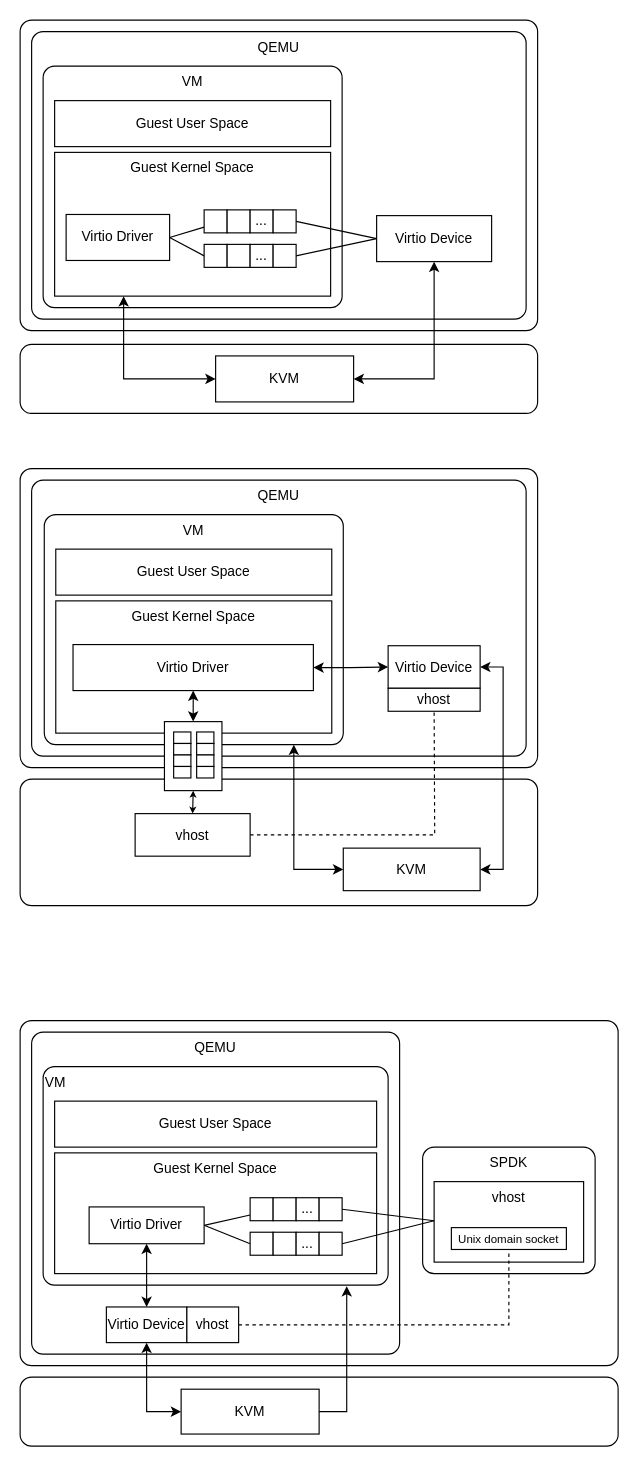
Before: page "vhost" (4 of 4) of virtio.drawio in Aspiresky/draw.io, a draw.io diagram. Source tidied: cells renumbered, new cells numbered last; positions are measured from the earlier drawing's top-left corner, leaving out a move shared by most shapes. Both pictures are drawn from the tidied source at 115%, with x=0, y=0 at pixel (20, 20).
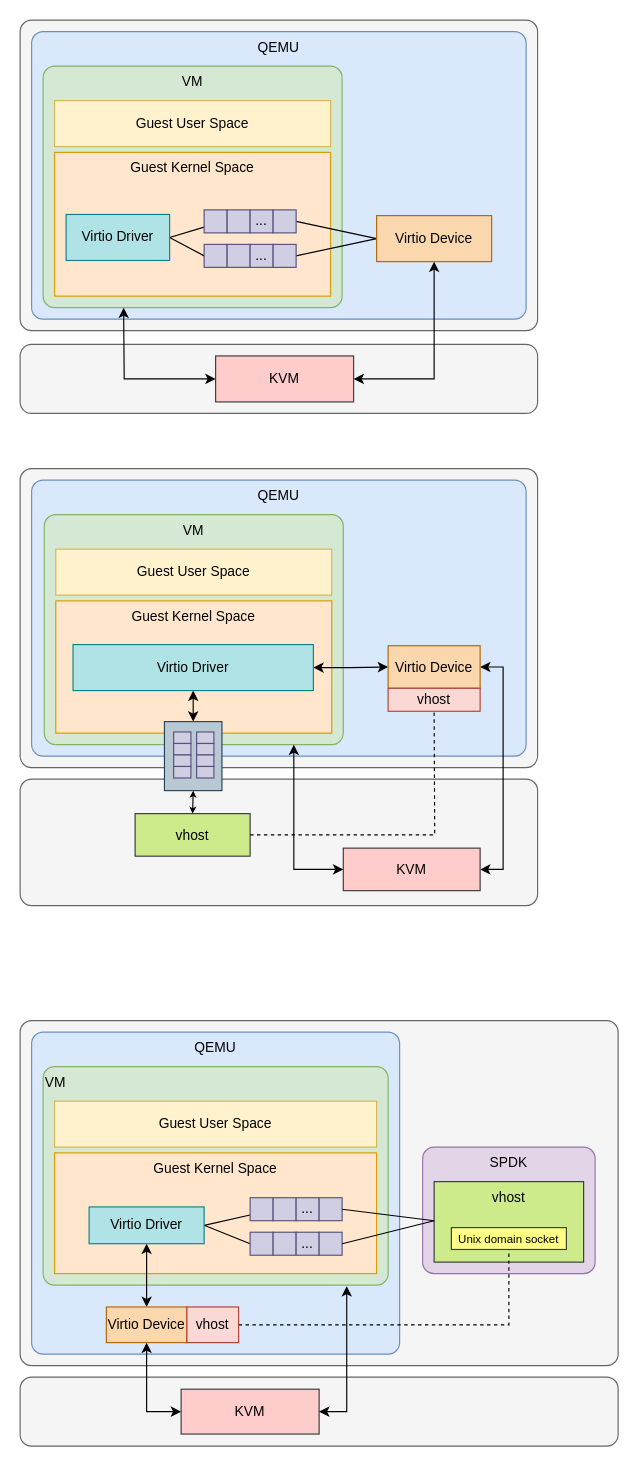
The same diagram, later.

Change to the diagram source:
```diff
@@
-    <mxCell id="2" style="rounded=1;whiteSpace=wrap;html=1;absoluteArcSize=1;" parent="1" vertex="1">
+    <mxCell id="2" style="rounded=1;whiteSpace=wrap;html=1;absoluteArcSize=1;fillColor=#f5f5f5;fontColor=#333333;strokeColor=#666666;" parent="1" vertex="1">
       <mxGeometry y="1180" width="520" height="60" as="geometry" />
     </mxCell>
-    <mxCell id="3" value="KVM" style="rounded=0;whiteSpace=wrap;html=1;" parent="1" vertex="1">
+    <mxCell id="3" value="KVM" style="rounded=0;whiteSpace=wrap;html=1;fillColor=#ffcccc;strokeColor=#36393d;" parent="1" vertex="1">
       <mxGeometry x="140" y="1190.5" width="120" height="39" as="geometry" />
     </mxCell>
-    <mxCell id="4" style="rounded=1;whiteSpace=wrap;html=1;absoluteArcSize=1;" parent="1" vertex="1">
+    <mxCell id="4" style="rounded=1;whiteSpace=wrap;html=1;absoluteArcSize=1;fillColor=#f5f5f5;fontColor=#333333;strokeColor=#666666;" parent="1" vertex="1">
       <mxGeometry width="450" height="270" as="geometry" />
     </mxCell>
-    <mxCell id="5" value="QEMU" style="rounded=1;whiteSpace=wrap;html=1;absoluteArcSize=1;align=center;verticalAlign=top;horizontal=1;textDirection=rtl;" parent="1" vertex="1">
+    <mxCell id="5" value="QEMU" style="rounded=1;whiteSpace=wrap;html=1;absoluteArcSize=1;align=center;verticalAlign=top;horizontal=1;textDirection=rtl;fillColor=#dae8fc;strokeColor=#6c8ebf;" parent="1" vertex="1">
       <mxGeometry x="10" y="10" width="430" height="250" as="geometry" />
     </mxCell>
-    <mxCell id="6" value="VM" style="rounded=1;whiteSpace=wrap;html=1;absoluteArcSize=1;align=center;verticalAlign=top;" parent="1" vertex="1">
+    <mxCell id="6" value="VM" style="rounded=1;whiteSpace=wrap;html=1;absoluteArcSize=1;align=center;verticalAlign=top;fillColor=#d5e8d4;strokeColor=#82b366;" parent="1" vertex="1">
       <mxGeometry x="20" y="40" width="260" height="210" as="geometry" />
     </mxCell>
-    <mxCell id="7" value="Guest User Space" style="rounded=0;whiteSpace=wrap;html=1;" parent="1" vertex="1">
+    <mxCell id="7" value="Guest User Space" style="rounded=0;whiteSpace=wrap;html=1;fillColor=#fff2cc;strokeColor=#d6b656;" parent="1" vertex="1">
       <mxGeometry x="30" y="70" width="240" height="40" as="geometry" />
     </mxCell>
-    <mxCell id="8" value="Guest Kernel Space" style="rounded=0;whiteSpace=wrap;html=1;verticalAlign=top;" parent="1" vertex="1">
+    <mxCell id="8" value="Guest Kernel Space" style="rounded=0;whiteSpace=wrap;html=1;verticalAlign=top;fillColor=#ffe6cc;strokeColor=#d79b00;" parent="1" vertex="1">
       <mxGeometry x="30" y="115" width="240" height="125" as="geometry" />
     </mxCell>
@@
-    <mxCell id="11" value="Virtio Driver" style="rounded=0;whiteSpace=wrap;html=1;align=center;" parent="1" vertex="1">
+    <mxCell id="11" value="Virtio Driver" style="rounded=0;whiteSpace=wrap;html=1;align=center;fillColor=#b0e3e6;strokeColor=#0e8088;" parent="1" vertex="1">
       <mxGeometry x="40" y="169" width="90" height="40" as="geometry" />
     </mxCell>
-    <mxCell id="12" style="rounded=0;whiteSpace=wrap;html=1;" parent="1" vertex="1">
+    <mxCell id="12" style="rounded=0;whiteSpace=wrap;html=1;fillColor=#d0cee2;strokeColor=#56517e;" parent="1" vertex="1">
       <mxGeometry x="160" y="165" width="20" height="20" as="geometry" />
     </mxCell>
-    <mxCell id="13" style="rounded=0;whiteSpace=wrap;html=1;" parent="1" vertex="1">
+    <mxCell id="13" style="rounded=0;whiteSpace=wrap;html=1;fillColor=#d0cee2;strokeColor=#56517e;" parent="1" vertex="1">
       <mxGeometry x="180" y="165" width="20" height="20" as="geometry" />
     </mxCell>
-    <mxCell id="14" value="..." style="rounded=0;whiteSpace=wrap;html=1;" parent="1" vertex="1">
+    <mxCell id="14" value="..." style="rounded=0;whiteSpace=wrap;html=1;fillColor=#d0cee2;strokeColor=#56517e;" parent="1" vertex="1">
       <mxGeometry x="200" y="165" width="20" height="20" as="geometry" />
     </mxCell>
@@
-    <mxCell id="16" style="rounded=0;whiteSpace=wrap;html=1;" parent="1" vertex="1">
+    <mxCell id="16" style="rounded=0;whiteSpace=wrap;html=1;fillColor=#d0cee2;strokeColor=#56517e;" parent="1" vertex="1">
       <mxGeometry x="220" y="165" width="20" height="20" as="geometry" />
     </mxCell>
-    <mxCell id="17" style="rounded=0;whiteSpace=wrap;html=1;" parent="1" vertex="1">
+    <mxCell id="17" style="rounded=0;whiteSpace=wrap;html=1;fillColor=#d0cee2;strokeColor=#56517e;" parent="1" vertex="1">
       <mxGeometry x="160" y="195" width="20" height="20" as="geometry" />
     </mxCell>
-    <mxCell id="18" style="rounded=0;whiteSpace=wrap;html=1;" parent="1" vertex="1">
+    <mxCell id="18" style="rounded=0;whiteSpace=wrap;html=1;fillColor=#d0cee2;strokeColor=#56517e;" parent="1" vertex="1">
       <mxGeometry x="180" y="195" width="20" height="20" as="geometry" />
     </mxCell>
-    <mxCell id="19" value="..." style="rounded=0;whiteSpace=wrap;html=1;" parent="1" vertex="1">
+    <mxCell id="19" value="..." style="rounded=0;whiteSpace=wrap;html=1;fillColor=#d0cee2;strokeColor=#56517e;" parent="1" vertex="1">
       <mxGeometry x="200" y="195" width="20" height="20" as="geometry" />
     </mxCell>
@@
-    <mxCell id="21" style="rounded=0;whiteSpace=wrap;html=1;" parent="1" vertex="1">
+    <mxCell id="21" style="rounded=0;whiteSpace=wrap;html=1;fillColor=#d0cee2;strokeColor=#56517e;" parent="1" vertex="1">
       <mxGeometry x="220" y="195" width="20" height="20" as="geometry" />
     </mxCell>
-    <mxCell id="22" value="Virtio Device" style="rounded=0;whiteSpace=wrap;html=1;" parent="1" vertex="1">
+    <mxCell id="22" value="Virtio Device" style="rounded=0;whiteSpace=wrap;html=1;fillColor=#fad7ac;strokeColor=#b46504;" parent="1" vertex="1">
       <mxGeometry x="310" y="170" width="100" height="40" as="geometry" />
     </mxCell>
-    <mxCell id="23" style="rounded=1;whiteSpace=wrap;html=1;absoluteArcSize=1;" parent="1" vertex="1">
+    <mxCell id="23" style="rounded=1;whiteSpace=wrap;html=1;absoluteArcSize=1;fillColor=#f5f5f5;fontColor=#333333;strokeColor=#666666;" parent="1" vertex="1">
       <mxGeometry y="282" width="450" height="60" as="geometry" />
     </mxCell>
-    <mxCell id="24" style="edgeStyle=orthogonalEdgeStyle;rounded=0;jettySize=auto;html=1;exitX=0;exitY=0.5;exitDx=0;exitDy=0;entryX=0.25;entryY=1;entryDx=0;entryDy=0;startArrow=classic;startFill=1;" parent="1" edge="1" source="25" target="8">
-      <mxGeometry relative="1" as="geometry" />
+    <mxCell id="24" style="edgeStyle=orthogonalEdgeStyle;rounded=0;jettySize=auto;html=1;exitX=0;exitY=0.5;exitDx=0;exitDy=0;startArrow=classic;startFill=1;" parent="1" edge="1" source="25">
+      <mxGeometry relative="1" as="geometry">
+        <mxPoint x="90" y="250" as="targetPoint" />
+      </mxGeometry>
     </mxCell>
-    <mxCell id="25" value="KVM" style="rounded=0;whiteSpace=wrap;html=1;" parent="1" vertex="1">
+    <mxCell id="25" value="KVM" style="rounded=0;whiteSpace=wrap;html=1;fillColor=#ffcccc;strokeColor=#36393d;" parent="1" vertex="1">
       <mxGeometry x="170" y="292" width="120" height="40" as="geometry" />
     </mxCell>
@@
-    <mxCell id="27" style="rounded=1;whiteSpace=wrap;html=1;absoluteArcSize=1;" parent="1" vertex="1">
+    <mxCell id="27" style="rounded=1;whiteSpace=wrap;html=1;absoluteArcSize=1;fillColor=#f5f5f5;fontColor=#333333;strokeColor=#666666;" parent="1" vertex="1">
       <mxGeometry y="870" width="520" height="300" as="geometry" />
     </mxCell>
-    <mxCell id="28" value="QEMU" style="rounded=1;whiteSpace=wrap;html=1;absoluteArcSize=1;align=center;verticalAlign=top;horizontal=1;textDirection=rtl;" parent="1" vertex="1">
+    <mxCell id="28" value="QEMU" style="rounded=1;whiteSpace=wrap;html=1;absoluteArcSize=1;align=center;verticalAlign=top;horizontal=1;textDirection=rtl;fillColor=#dae8fc;strokeColor=#6c8ebf;" parent="1" vertex="1">
       <mxGeometry x="10" y="880" width="320" height="280" as="geometry" />
     </mxCell>
-    <mxCell id="29" value="VM" style="rounded=1;whiteSpace=wrap;html=1;absoluteArcSize=1;align=left;verticalAlign=top;" parent="1" vertex="1">
+    <mxCell id="29" value="VM" style="rounded=1;whiteSpace=wrap;html=1;absoluteArcSize=1;align=left;verticalAlign=top;fillColor=#d5e8d4;strokeColor=#82b366;" parent="1" vertex="1">
       <mxGeometry x="20" y="910" width="300" height="190" as="geometry" />
     </mxCell>
-    <mxCell id="30" value="Guest User Space" style="rounded=0;whiteSpace=wrap;html=1;" parent="1" vertex="1">
+    <mxCell id="30" value="Guest User Space" style="rounded=0;whiteSpace=wrap;html=1;fillColor=#fff2cc;strokeColor=#d6b656;" parent="1" vertex="1">
       <mxGeometry x="30" y="940" width="280" height="40" as="geometry" />
     </mxCell>
-    <mxCell id="31" value="Guest Kernel Space" style="rounded=0;whiteSpace=wrap;html=1;verticalAlign=top;" parent="1" vertex="1">
+    <mxCell id="31" value="Guest Kernel Space" style="rounded=0;whiteSpace=wrap;html=1;verticalAlign=top;fillColor=#ffe6cc;strokeColor=#d79b00;" parent="1" vertex="1">
       <mxGeometry x="30" y="985" width="280" height="105" as="geometry" />
     </mxCell>
@@
-    <mxCell id="35" value="Virtio Driver" style="rounded=0;whiteSpace=wrap;html=1;align=center;" parent="1" vertex="1">
+    <mxCell id="35" value="Virtio Driver" style="rounded=0;whiteSpace=wrap;html=1;align=center;fillColor=#b0e3e6;strokeColor=#0e8088;" parent="1" vertex="1">
       <mxGeometry x="60" y="1032" width="100" height="32" as="geometry" />
     </mxCell>
-    <mxCell id="36" style="rounded=0;whiteSpace=wrap;html=1;" parent="1" vertex="1">
+    <mxCell id="36" style="rounded=0;whiteSpace=wrap;html=1;fillColor=#d0cee2;strokeColor=#56517e;" parent="1" vertex="1">
       <mxGeometry x="200" y="1024" width="20" height="20" as="geometry" />
     </mxCell>
-    <mxCell id="37" style="rounded=0;whiteSpace=wrap;html=1;" parent="1" vertex="1">
+    <mxCell id="37" style="rounded=0;whiteSpace=wrap;html=1;fillColor=#d0cee2;strokeColor=#56517e;" parent="1" vertex="1">
       <mxGeometry x="220" y="1024" width="20" height="20" as="geometry" />
     </mxCell>
-    <mxCell id="38" value="..." style="rounded=0;whiteSpace=wrap;html=1;" parent="1" vertex="1">
+    <mxCell id="38" value="..." style="rounded=0;whiteSpace=wrap;html=1;fillColor=#d0cee2;strokeColor=#56517e;" parent="1" vertex="1">
       <mxGeometry x="240" y="1024" width="20" height="20" as="geometry" />
     </mxCell>
-    <mxCell id="39" style="rounded=0;whiteSpace=wrap;html=1;" parent="1" vertex="1">
+    <mxCell id="39" style="rounded=0;whiteSpace=wrap;html=1;fillColor=#d0cee2;strokeColor=#56517e;" parent="1" vertex="1">
       <mxGeometry x="260" y="1024" width="20" height="20" as="geometry" />
     </mxCell>
-    <mxCell id="40" style="rounded=0;whiteSpace=wrap;html=1;" parent="1" vertex="1">
+    <mxCell id="40" style="rounded=0;whiteSpace=wrap;html=1;fillColor=#d0cee2;strokeColor=#56517e;" parent="1" vertex="1">
       <mxGeometry x="200" y="1054" width="20" height="20" as="geometry" />
     </mxCell>
-    <mxCell id="41" style="rounded=0;whiteSpace=wrap;html=1;" parent="1" vertex="1">
+    <mxCell id="41" style="rounded=0;whiteSpace=wrap;html=1;fillColor=#d0cee2;strokeColor=#56517e;" parent="1" vertex="1">
       <mxGeometry x="220" y="1054" width="20" height="20" as="geometry" />
     </mxCell>
-    <mxCell id="42" value="..." style="rounded=0;whiteSpace=wrap;html=1;" parent="1" vertex="1">
+    <mxCell id="42" value="..." style="rounded=0;whiteSpace=wrap;html=1;fillColor=#d0cee2;strokeColor=#56517e;" parent="1" vertex="1">
       <mxGeometry x="240" y="1054" width="20" height="20" as="geometry" />
     </mxCell>
-    <mxCell id="43" style="rounded=0;whiteSpace=wrap;html=1;" parent="1" vertex="1">
+    <mxCell id="43" style="rounded=0;whiteSpace=wrap;html=1;fillColor=#d0cee2;strokeColor=#56517e;" parent="1" vertex="1">
       <mxGeometry x="260" y="1054" width="20" height="20" as="geometry" />
     </mxCell>
@@
-    <mxCell id="45" value="Virtio Device" style="rounded=0;whiteSpace=wrap;html=1;" parent="1" vertex="1">
+    <mxCell id="45" value="Virtio Device" style="rounded=0;whiteSpace=wrap;html=1;fillColor=#fad7ac;strokeColor=#b46504;" parent="1" vertex="1">
       <mxGeometry x="75" y="1119" width="70" height="31" as="geometry" />
     </mxCell>
-    <mxCell id="46" value="SPDK" style="rounded=1;whiteSpace=wrap;html=1;absoluteArcSize=1;align=center;verticalAlign=top;horizontal=1;textDirection=rtl;" parent="1" vertex="1">
+    <mxCell id="46" value="SPDK" style="rounded=1;whiteSpace=wrap;html=1;absoluteArcSize=1;align=center;verticalAlign=top;horizontal=1;textDirection=rtl;fillColor=#e1d5e7;strokeColor=#9673a6;" parent="1" vertex="1">
       <mxGeometry x="350" y="980" width="150" height="110" as="geometry" />
     </mxCell>
-    <mxCell id="47" value="vhost" style="rounded=0;whiteSpace=wrap;html=1;verticalAlign=top;" parent="1" vertex="1">
+    <mxCell id="47" value="vhost" style="rounded=0;whiteSpace=wrap;html=1;verticalAlign=top;fillColor=#cdeb8b;strokeColor=#36393d;" parent="1" vertex="1">
       <mxGeometry x="360" y="1010" width="130" height="70" as="geometry" />
     </mxCell>
-    <mxCell id="48" value="Unix domain socket" style="rounded=0;whiteSpace=wrap;html=1;fontSize=10;" parent="1" vertex="1">
+    <mxCell id="48" value="Unix domain socket" style="rounded=0;whiteSpace=wrap;html=1;fontSize=10;fillColor=#ffff88;strokeColor=#36393d;" parent="1" vertex="1">
       <mxGeometry x="375" y="1050" width="100" height="19" as="geometry" />
     </mxCell>
@@
-    <mxCell id="51" style="rounded=1;whiteSpace=wrap;html=1;absoluteArcSize=1;" parent="1" vertex="1">
+    <mxCell id="51" style="rounded=1;whiteSpace=wrap;html=1;absoluteArcSize=1;fillColor=#f5f5f5;fontColor=#333333;strokeColor=#666666;" parent="1" vertex="1">
       <mxGeometry y="390" width="450" height="260" as="geometry" />
     </mxCell>
-    <mxCell id="52" style="rounded=1;whiteSpace=wrap;html=1;absoluteArcSize=1;" parent="1" vertex="1">
+    <mxCell id="52" style="rounded=1;whiteSpace=wrap;html=1;absoluteArcSize=1;fillColor=#f5f5f5;fontColor=#333333;strokeColor=#666666;" parent="1" vertex="1">
       <mxGeometry y="660" width="450" height="110" as="geometry" />
     </mxCell>
-    <mxCell id="53" value="vhost" style="rounded=0;whiteSpace=wrap;html=1;" parent="1" vertex="1">
+    <mxCell id="53" value="vhost" style="rounded=0;whiteSpace=wrap;html=1;fillColor=#cdeb8b;strokeColor=#36393d;" parent="1" vertex="1">
       <mxGeometry x="100" y="690" width="100" height="37" as="geometry" />
     </mxCell>
-    <mxCell id="54" value="QEMU" style="rounded=1;whiteSpace=wrap;html=1;absoluteArcSize=1;align=center;verticalAlign=top;horizontal=1;textDirection=rtl;" parent="1" vertex="1">
+    <mxCell id="54" value="QEMU" style="rounded=1;whiteSpace=wrap;html=1;absoluteArcSize=1;align=center;verticalAlign=top;horizontal=1;textDirection=rtl;fillColor=#dae8fc;strokeColor=#6c8ebf;" parent="1" vertex="1">
       <mxGeometry x="10" y="400" width="430" height="240" as="geometry" />
     </mxCell>
-    <mxCell id="55" value="VM" style="rounded=1;whiteSpace=wrap;html=1;absoluteArcSize=1;align=center;verticalAlign=top;" parent="1" vertex="1">
+    <mxCell id="55" value="VM" style="rounded=1;whiteSpace=wrap;html=1;absoluteArcSize=1;align=center;verticalAlign=top;fillColor=#d5e8d4;strokeColor=#82b366;" parent="1" vertex="1">
       <mxGeometry x="21" y="430" width="260" height="200" as="geometry" />
     </mxCell>
-    <mxCell id="56" value="Guest User Space" style="rounded=0;whiteSpace=wrap;html=1;" parent="1" vertex="1">
+    <mxCell id="56" value="Guest User Space" style="rounded=0;whiteSpace=wrap;html=1;fillColor=#fff2cc;strokeColor=#d6b656;" parent="1" vertex="1">
       <mxGeometry x="31" y="460" width="240" height="40" as="geometry" />
     </mxCell>
-    <mxCell id="57" value="Guest Kernel Space" style="rounded=0;whiteSpace=wrap;html=1;verticalAlign=top;" parent="1" vertex="1">
+    <mxCell id="57" value="Guest Kernel Space" style="rounded=0;whiteSpace=wrap;html=1;verticalAlign=top;fillColor=#ffe6cc;strokeColor=#d79b00;" parent="1" vertex="1">
       <mxGeometry x="31" y="505" width="240" height="115" as="geometry" />
     </mxCell>
@@
-    <mxCell id="60" value="Virtio Driver" style="rounded=0;whiteSpace=wrap;html=1;align=center;" parent="1" vertex="1">
+    <mxCell id="60" value="Virtio Driver" style="rounded=0;whiteSpace=wrap;html=1;align=center;fillColor=#b0e3e6;strokeColor=#0e8088;" parent="1" vertex="1">
       <mxGeometry x="46" y="543" width="209" height="40" as="geometry" />
     </mxCell>
@@
-    <mxCell id="62" value="Virtio Device" style="rounded=0;whiteSpace=wrap;html=1;" parent="1" vertex="1">
+    <mxCell id="62" value="Virtio Device" style="rounded=0;whiteSpace=wrap;html=1;fillColor=#fad7ac;strokeColor=#b46504;" parent="1" vertex="1">
       <mxGeometry x="320" y="544" width="80" height="37" as="geometry" />
     </mxCell>
@@
-    <mxCell id="64" style="rounded=0;whiteSpace=wrap;html=1;absoluteArcSize=1;align=left;verticalAlign=top;" parent="1" vertex="1">
+    <mxCell id="64" style="rounded=0;whiteSpace=wrap;html=1;absoluteArcSize=1;align=left;verticalAlign=top;fillColor=#bac8d3;strokeColor=#23445d;" parent="1" vertex="1">
       <mxGeometry x="125.5" y="610" width="50" height="60" as="geometry" />
     </mxCell>
-    <mxCell id="65" style="rounded=0;whiteSpace=wrap;html=1;" parent="1" vertex="1">
+    <mxCell id="65" style="rounded=0;whiteSpace=wrap;html=1;fillColor=#d0cee2;strokeColor=#56517e;" parent="1" vertex="1">
       <mxGeometry x="133.5" y="619" width="15" height="10" as="geometry" />
     </mxCell>
-    <mxCell id="66" style="rounded=0;whiteSpace=wrap;html=1;" parent="1" vertex="1">
+    <mxCell id="66" style="rounded=0;whiteSpace=wrap;html=1;fillColor=#d0cee2;strokeColor=#56517e;" parent="1" vertex="1">
       <mxGeometry x="133.5" y="629" width="15" height="10" as="geometry" />
     </mxCell>
-    <mxCell id="67" style="rounded=0;whiteSpace=wrap;html=1;horizontal=1;verticalAlign=middle;" parent="1" vertex="1">
+    <mxCell id="67" style="rounded=0;whiteSpace=wrap;html=1;horizontal=1;verticalAlign=middle;fillColor=#d0cee2;strokeColor=#56517e;" parent="1" vertex="1">
       <mxGeometry x="133.5" y="639" width="15" height="10" as="geometry" />
     </mxCell>
-    <mxCell id="68" style="rounded=0;whiteSpace=wrap;html=1;" parent="1" vertex="1">
+    <mxCell id="68" style="rounded=0;whiteSpace=wrap;html=1;fillColor=#d0cee2;strokeColor=#56517e;" parent="1" vertex="1">
       <mxGeometry x="133.5" y="649" width="15" height="10" as="geometry" />
     </mxCell>
-    <mxCell id="69" style="rounded=0;whiteSpace=wrap;html=1;" parent="1" vertex="1">
+    <mxCell id="69" style="rounded=0;whiteSpace=wrap;html=1;fillColor=#d0cee2;strokeColor=#56517e;" parent="1" vertex="1">
       <mxGeometry x="153.5" y="619" width="15" height="10" as="geometry" />
     </mxCell>
-    <mxCell id="70" style="rounded=0;whiteSpace=wrap;html=1;" parent="1" vertex="1">
+    <mxCell id="70" style="rounded=0;whiteSpace=wrap;html=1;fillColor=#d0cee2;strokeColor=#56517e;" parent="1" vertex="1">
       <mxGeometry x="153.5" y="629" width="15" height="10" as="geometry" />
     </mxCell>
-    <mxCell id="71" style="rounded=0;whiteSpace=wrap;html=1;" parent="1" vertex="1">
+    <mxCell id="71" style="rounded=0;whiteSpace=wrap;html=1;fillColor=#d0cee2;strokeColor=#56517e;" parent="1" vertex="1">
       <mxGeometry x="153.5" y="639" width="15" height="10" as="geometry" />
     </mxCell>
-    <mxCell id="72" style="rounded=0;whiteSpace=wrap;html=1;" parent="1" vertex="1">
+    <mxCell id="72" style="rounded=0;whiteSpace=wrap;html=1;fillColor=#d0cee2;strokeColor=#56517e;" parent="1" vertex="1">
       <mxGeometry x="153.5" y="649" width="15" height="10" as="geometry" />
     </mxCell>
-    <mxCell id="73" value="KVM" style="rounded=0;whiteSpace=wrap;html=1;" parent="1" vertex="1">
+    <mxCell id="73" value="KVM" style="rounded=0;whiteSpace=wrap;html=1;fillColor=#ffcccc;strokeColor=#36393d;" parent="1" vertex="1">
       <mxGeometry x="281" y="720" width="119" height="37" as="geometry" />
     </mxCell>
-    <mxCell id="74" value="vhost" style="rounded=0;whiteSpace=wrap;html=1;" parent="1" vertex="1">
+    <mxCell id="74" value="vhost" style="rounded=0;whiteSpace=wrap;html=1;fillColor=#fad9d5;strokeColor=#ae4132;" parent="1" vertex="1">
       <mxGeometry x="320" y="581" width="80" height="20" as="geometry" />
     </mxCell>
@@
-    <mxCell id="77" value="vhost" style="rounded=0;whiteSpace=wrap;html=1;" parent="1" vertex="1">
+    <mxCell id="77" value="vhost" style="rounded=0;whiteSpace=wrap;html=1;fillColor=#fad9d5;strokeColor=#ae4132;" parent="1" vertex="1">
       <mxGeometry x="145" y="1119" width="45" height="31" as="geometry" />
     </mxCell>
@@
-    <mxCell id="79" style="edgeStyle=orthogonalEdgeStyle;rounded=0;jettySize=auto;html=1;exitX=1;exitY=0.5;exitDx=0;exitDy=0;entryX=0.88;entryY=1.005;entryDx=0;entryDy=0;entryPerimeter=0;" parent="1" edge="1" source="3" target="29">
+    <mxCell id="79" style="edgeStyle=orthogonalEdgeStyle;rounded=0;jettySize=auto;html=1;exitX=1;exitY=0.5;exitDx=0;exitDy=0;entryX=0.88;entryY=1.005;entryDx=0;entryDy=0;entryPerimeter=0;startArrow=classic;startFill=1;" parent="1" edge="1" source="3" target="29">
       <mxGeometry relative="1" as="geometry">
         <Array as="points">
           <mxPoint x="284" y="1210" />
         </Array>
       </mxGeometry>
     </mxCell>
```
